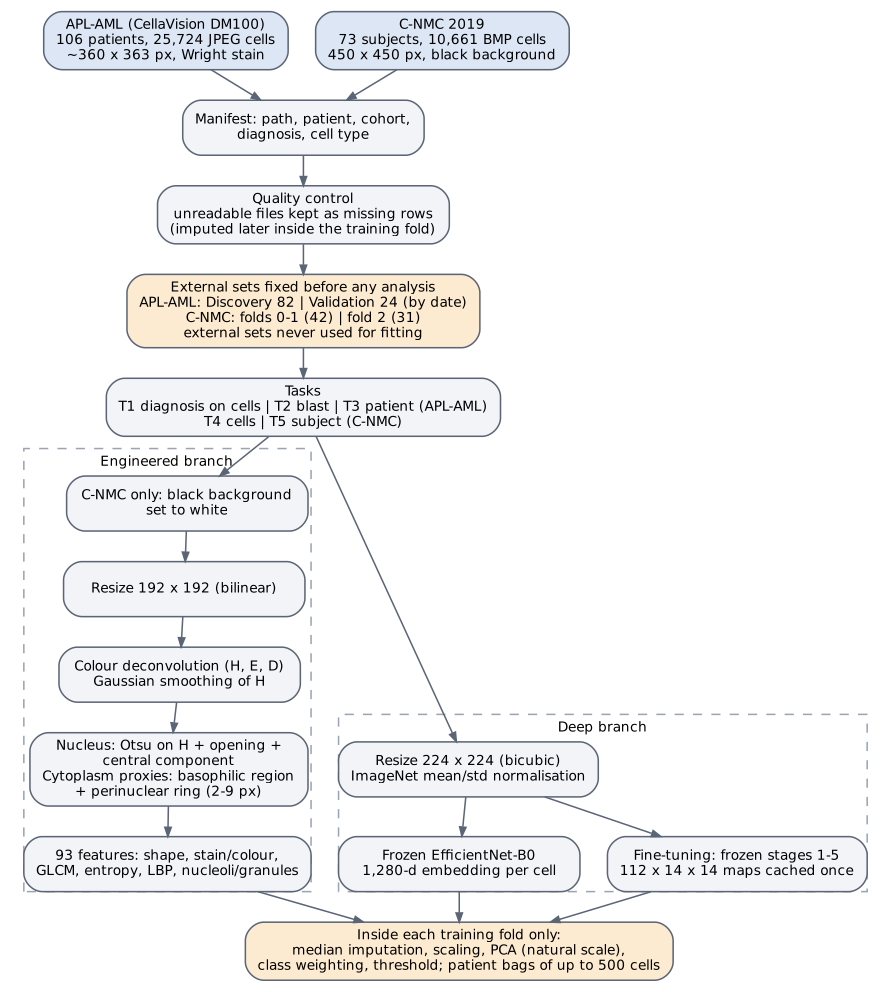
Earlier version of the Graphviz export manuscript/figures/fig_preprocessing.png (Sherif-Hussein/leukemia-leakage-benchmark). Its source is kept beside it as manuscript/figures/fig_preprocessing.dot.
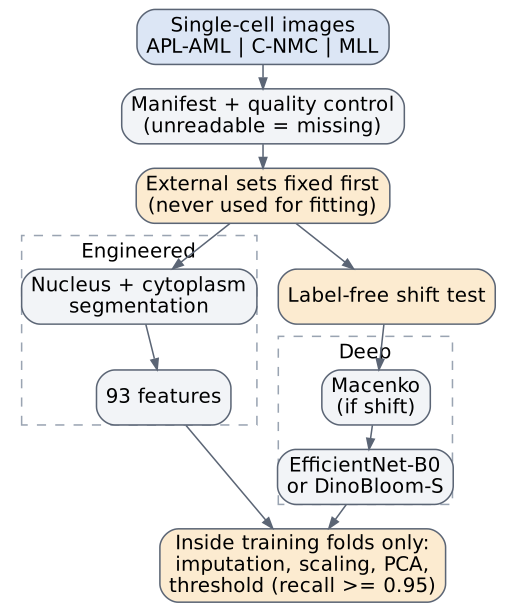
Later version of the same file.

What changed in the source:
```diff
@@ -1,28 +1,21 @@
 digraph G {
-  graph [rankdir=TB, fontname="DejaVu Sans", fontsize=10, nodesep=0.25, ranksep=0.28, margin=0.05];
-  node  [shape=box, style="rounded,filled", fillcolor="#F2F4F7", color="#5B6575", fontname="DejaVu Sans", fontsize=9, width=2.2];
-  edge  [color="#5B6575", arrowsize=0.6];
-  raw1  [label="APL-AML (CellaVision DM100)\n106 patients, 25,724 JPEG cells\n~360 x 363 px, Wright stain", fillcolor="#DCE6F5"];
-  raw2  [label="C-NMC 2019\n73 subjects, 10,661 BMP cells\n450 x 450 px, black background", fillcolor="#DCE6F5"];
-  man   [label="Manifest: path, patient, cohort,\ndiagnosis, cell type"];
-  qc    [label="Quality control\nunreadable files kept as missing rows\n(imputed later inside the training fold)"];
-  split [label="External sets fixed before any analysis\nAPL-AML: Discovery 82 | Validation 24 (by date)\nC-NMC: folds 0-1 (42) | fold 2 (31)\nexternal sets never used for fitting", fillcolor="#FCEBD0"];
-  task  [label="Tasks\nT1 diagnosis on cells | T2 blast | T3 patient (APL-AML)\nT4 cells | T5 subject (C-NMC)"];
-  subgraph cluster_a { label="Engineered branch"; fontsize=9; color="#9AA4B2"; style=dashed;
-    bg  [label="C-NMC only: black background\nset to white"];
-    rs1 [label="Resize 192 x 192 (bilinear)"];
-    hed [label="Colour deconvolution (H, E, D)\nGaussian smoothing of H"];
-    seg [label="Nucleus: Otsu on H + opening +\ncentral component\nCytoplasm proxies: basophilic region\n+ perinuclear ring (2-9 px)"];
-    fe  [label="93 features: shape, stain/colour,\nGLCM, entropy, LBP, nucleoli/granules"];
+  graph [rankdir=TB, fontname="DejaVu Sans", nodesep=0.2, ranksep=0.22, margin=0.03];
+  node  [shape=box, style="rounded,filled", fillcolor="#F2F4F7", color="#5B6575", fontname="DejaVu Sans", fontsize=13, margin="0.08,0.04"];
+  edge  [color="#5B6575", arrowsize=0.7];
+  raw  [label="Single-cell images\nAPL-AML | C-NMC | MLL", fillcolor="#DCE6F5"];
+  man  [label="Manifest + quality control\n(unreadable = missing)"];
+  split[label="External sets fixed first\n(never used for fitting)", fillcolor="#FCEBD0"];
+  shift[label="Label-free shift test", fillcolor="#FCEBD0"];
+  subgraph cluster_a { label="Engineered"; fontsize=13; color="#9AA4B2"; style=dashed;
+    seg [label="Nucleus + cytoplasm\nsegmentation"];
+    fe  [label="93 features"];
   }
-  subgraph cluster_b { label="Deep branch"; fontsize=9; color="#9AA4B2"; style=dashed;
-    rs2 [label="Resize 224 x 224 (bicubic)\nImageNet mean/std normalisation"];
-    enc [label="Frozen EfficientNet-B0\n1,280-d embedding per cell"];
-    cache [label="Fine-tuning: frozen stages 1-5\n112 x 14 x 14 maps cached once"];
+  subgraph cluster_b { label="Deep"; fontsize=13; color="#9AA4B2"; style=dashed;
+    mac [label="Macenko\n(if shift)"];
+    cnn [label="EfficientNet-B0\nor DinoBloom-S"];
   }
-  fold [label="Inside each training fold only:\nmedian imputation, scaling, PCA (natural scale),\nclass weighting, threshold; patient bags of up to 500 cells", fillcolor="#FCEBD0"];
-  raw1 -> man; raw2 -> man; man -> qc -> split -> task;
-  task -> bg -> rs1 -> hed -> seg -> fe;
-  task -> rs2; rs2 -> enc; rs2 -> cache;
-  fe -> fold; enc -> fold; cache -> fold;
+  fold [label="Inside training folds only:\nimputation, scaling, PCA,\nthreshold (recall >= 0.95)", fillcolor="#FCEBD0"];
+  raw -> man -> split -> shift;
+  split -> seg -> fe -> fold;
+  shift -> mac -> cnn -> fold;
 }
```
